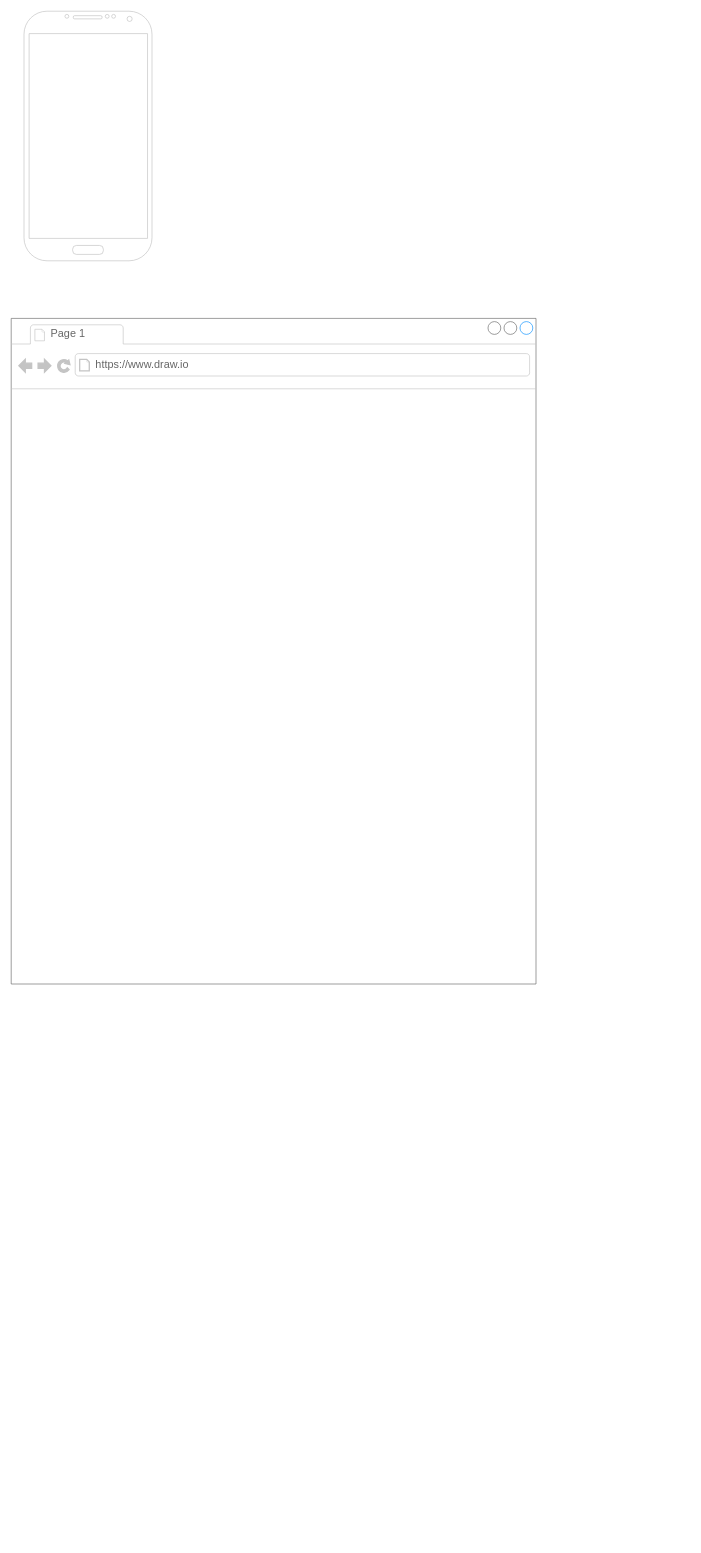
Above: doc/DescubraABmw.drawio in EddCarrilho/BMW (draw.io), before the change. Source tidied: cells renumbered, new cells numbered last; positions are measured from the earlier drawing's top-left corner, leaving out a move shared by most shapes. Both pictures are drawn from the tidied source at 64%, with x=0, y=0 at pixel (11, 11).
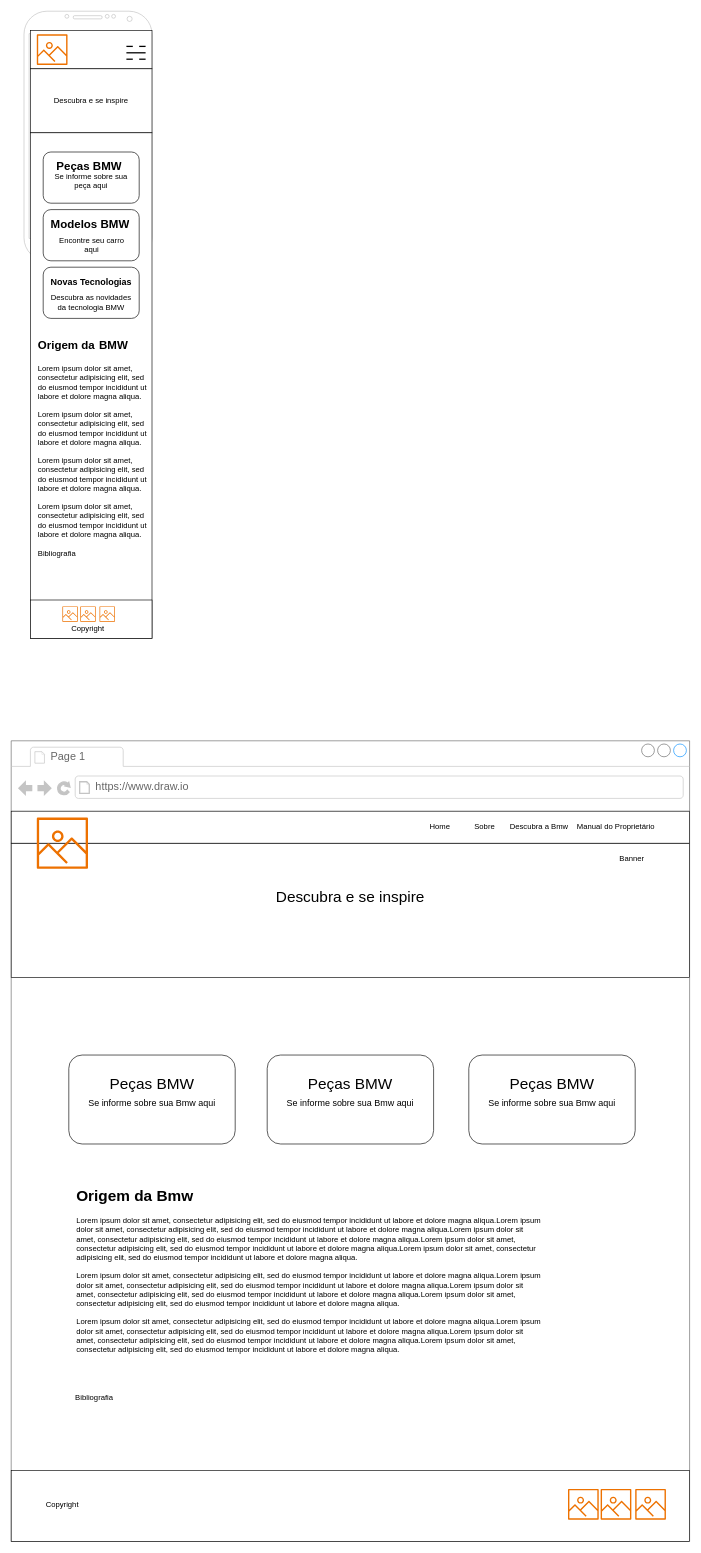
The same diagram, later.

Diff of the diagram source:
```diff
@@
     <mxCell id="3" style="strokeWidth=1;shadow=0;dashed=0;align=center;html=1;shape=mxgraph.mockup.containers.browserWindow;rSize=0;strokeColor=#666666;strokeColor2=#008cff;strokeColor3=#c4c4c4;mainText=,;" parent="1" vertex="1">
-      <mxGeometry y="480" width="820" height="1040" as="geometry" />
+      <mxGeometry y="1140" width="1060" height="1251" as="geometry" />
     </mxCell>
+    <mxCell id="6" style="rounded=0;whiteSpace=wrap;html=1;" parent="3" vertex="1">
+      <mxGeometry y="160" width="1060" height="210" as="geometry" />
+    </mxCell>
@@
+    <mxCell id="7" style="rounded=0;whiteSpace=wrap;html=1;" parent="3" vertex="1">
+      <mxGeometry y="110" width="1060" height="50" as="geometry" />
+    </mxCell>
+    <mxCell id="8" value="Home" style="text;html=1;align=center;verticalAlign=middle;whiteSpace=wrap;rounded=0;" parent="3" vertex="1">
+      <mxGeometry x="640" y="120" width="60" height="30" as="geometry" />
+    </mxCell>
+    <mxCell id="9" value="Sobre" style="text;html=1;align=center;verticalAlign=middle;whiteSpace=wrap;rounded=0;" parent="3" vertex="1">
+      <mxGeometry x="710" y="120" width="60" height="30" as="geometry" />
+    </mxCell>
+    <mxCell id="10" value="Descubra a Bmw" style="text;html=1;align=center;verticalAlign=middle;whiteSpace=wrap;rounded=0;" parent="3" vertex="1">
+      <mxGeometry x="770" y="120" width="110" height="30" as="geometry" />
+    </mxCell>
+    <mxCell id="11" value="Manual do Proprietário" style="text;html=1;align=center;verticalAlign=middle;whiteSpace=wrap;rounded=0;" parent="3" vertex="1">
+      <mxGeometry x="880" y="120" width="130" height="30" as="geometry" />
+    </mxCell>
+    <mxCell id="12" style="sketch=0;fontColor=#232F3E;gradientColor=none;fillColor=#ED7100;strokeColor=none;dashed=0;verticalLabelPosition=bottom;verticalAlign=top;align=center;html=1;fontSize=12;fontStyle=0;shape=mxgraph.aws4.container_registry_image;" parent="3" vertex="1">
+      <mxGeometry x="40" y="120" width="80" height="80" as="geometry" />
+    </mxCell>
+    <mxCell id="13" value="&lt;font style=&quot;font-size: 24px;&quot;&gt;Descubra e se inspire&lt;/font&gt;" style="text;html=1;align=center;verticalAlign=middle;whiteSpace=wrap;rounded=0;" parent="3" vertex="1">
+      <mxGeometry x="375" y="230" width="310" height="30" as="geometry" />
+    </mxCell>
+    <mxCell id="14" value="Banner" style="text;html=1;align=center;verticalAlign=middle;whiteSpace=wrap;rounded=0;" parent="3" vertex="1">
+      <mxGeometry x="940" y="170" width="60" height="30" as="geometry" />
+    </mxCell>
+    <mxCell id="15" style="rounded=1;whiteSpace=wrap;html=1;" parent="3" vertex="1">
+      <mxGeometry x="90" y="491" width="260" height="139" as="geometry" />
+    </mxCell>
+    <mxCell id="16" value="&lt;font style=&quot;font-size: 24px;&quot;&gt;Peças BMW&lt;/font&gt;" style="text;html=1;align=center;verticalAlign=middle;whiteSpace=wrap;rounded=0;" parent="3" vertex="1">
+      <mxGeometry x="110" y="521" width="220" height="30" as="geometry" />
+    </mxCell>
+    <mxCell id="17" value="&lt;font style=&quot;font-size: 14px;&quot;&gt;Se informe sobre sua Bmw aqui&lt;/font&gt;" style="text;html=1;align=center;verticalAlign=middle;whiteSpace=wrap;rounded=0;" parent="3" vertex="1">
+      <mxGeometry x="65" y="551" width="310" height="30" as="geometry" />
+    </mxCell>
+    <mxCell id="18" style="rounded=1;whiteSpace=wrap;html=1;" parent="3" vertex="1">
+      <mxGeometry x="400" y="491" width="260" height="139" as="geometry" />
+    </mxCell>
+    <mxCell id="19" value="&lt;font style=&quot;font-size: 24px;&quot;&gt;Peças BMW&lt;/font&gt;" style="text;html=1;align=center;verticalAlign=middle;whiteSpace=wrap;rounded=0;" parent="3" vertex="1">
+      <mxGeometry x="420" y="521" width="220" height="30" as="geometry" />
+    </mxCell>
+    <mxCell id="20" value="&lt;font style=&quot;font-size: 14px;&quot;&gt;Se informe sobre sua Bmw aqui&lt;/font&gt;" style="text;html=1;align=center;verticalAlign=middle;whiteSpace=wrap;rounded=0;" parent="3" vertex="1">
+      <mxGeometry x="375" y="551" width="310" height="30" as="geometry" />
+    </mxCell>
+    <mxCell id="21" style="rounded=1;whiteSpace=wrap;html=1;" parent="3" vertex="1">
+      <mxGeometry x="715" y="491" width="260" height="139" as="geometry" />
+    </mxCell>
+    <mxCell id="22" value="&lt;font style=&quot;font-size: 24px;&quot;&gt;Peças BMW&lt;/font&gt;" style="text;html=1;align=center;verticalAlign=middle;whiteSpace=wrap;rounded=0;" parent="3" vertex="1">
+      <mxGeometry x="735" y="521" width="220" height="30" as="geometry" />
+    </mxCell>
+    <mxCell id="23" value="&lt;font style=&quot;font-size: 14px;&quot;&gt;Se informe sobre sua Bmw aqui&lt;/font&gt;" style="text;html=1;align=center;verticalAlign=middle;whiteSpace=wrap;rounded=0;" parent="3" vertex="1">
+      <mxGeometry x="690" y="551" width="310" height="30" as="geometry" />
+    </mxCell>
+    <mxCell id="24" value="&lt;h1 style=&quot;margin-top: 0px;&quot;&gt;Origem da Bmw&lt;/h1&gt;&lt;p&gt;Lorem ipsum dolor sit amet, consectetur adipisicing elit, sed do eiusmod tempor incididunt ut labore et dolore magna aliqua.&lt;span style=&quot;background-color: initial;&quot;&gt;Lorem ipsum dolor sit amet, consectetur adipisicing elit, sed do eiusmod tempor incididunt ut labore et dolore magna aliqua.&lt;/span&gt;&lt;span style=&quot;background-color: initial;&quot;&gt;Lorem ipsum dolor sit amet, consectetur adipisicing elit, sed do eiusmod tempor incididunt ut labore et dolore magna aliqua.&lt;/span&gt;&lt;span style=&quot;background-color: initial;&quot;&gt;Lorem ipsum dolor sit amet, consectetur adipisicing elit, sed do eiusmod tempor incididunt ut labore et dolore magna aliqua.&lt;/span&gt;&lt;span style=&quot;background-color: initial;&quot;&gt;Lorem ipsum dolor sit amet, consectetur adipisicing elit, sed do eiusmod tempor incididunt ut labore et dolore magna aliqua.&lt;br&gt;&lt;br&gt;&lt;/span&gt;Lorem ipsum dolor sit amet, consectetur adipisicing elit, sed do eiusmod tempor incididunt ut labore et dolore magna aliqua.&lt;span style=&quot;background-color: initial;&quot;&gt;Lorem ipsum dolor sit amet, consectetur adipisicing elit, sed do eiusmod tempor incididunt ut labore et dolore magna aliqua.&lt;/span&gt;&lt;span style=&quot;background-color: initial;&quot;&gt;Lorem ipsum dolor sit amet, consectetur adipisicing elit, sed do eiusmod tempor incididunt ut labore et dolore magna aliqua.&lt;/span&gt;&lt;span style=&quot;background-color: initial;&quot;&gt;Lorem ipsum dolor sit amet, consectetur adipisicing elit, sed do eiusmod tempor incididunt ut labore et dolore magna aliqua.&lt;br&gt;&lt;/span&gt;&lt;span style=&quot;background-color: initial;&quot;&gt;&lt;br&gt;&lt;/span&gt;Lorem ipsum dolor sit amet, consectetur adipisicing elit, sed do eiusmod tempor incididunt ut labore et dolore magna aliqua.&lt;span style=&quot;background-color: initial;&quot;&gt;Lorem ipsum dolor sit amet, consectetur adipisicing elit, sed do eiusmod tempor incididunt ut labore et dolore magna aliqua.&lt;/span&gt;&lt;span style=&quot;background-color: initial;&quot;&gt;Lorem ipsum dolor sit amet, consectetur adipisicing elit, sed do eiusmod tempor incididunt ut labore et dolore magna aliqua.&lt;/span&gt;&lt;span style=&quot;background-color: initial;&quot;&gt;Lorem ipsum dolor sit amet, consectetur adipisicing elit, sed do eiusmod tempor incididunt ut labore et dolore magna aliqua.&lt;/span&gt;&lt;span style=&quot;background-color: initial;&quot;&gt;&lt;br&gt;&lt;/span&gt;&lt;/p&gt;" style="text;html=1;whiteSpace=wrap;overflow=hidden;rounded=0;" parent="3" vertex="1">
+      <mxGeometry x="100" y="691" width="730" height="309" as="geometry" />
+    </mxCell>
+    <mxCell id="25" value="Bibliografia" style="text;html=1;align=center;verticalAlign=middle;whiteSpace=wrap;rounded=0;" parent="3" vertex="1">
+      <mxGeometry x="100" y="1011" width="60" height="30" as="geometry" />
+    </mxCell>
+    <mxCell id="26" style="rounded=0;whiteSpace=wrap;html=1;" parent="3" vertex="1">
+      <mxGeometry y="1140" width="1060" height="111" as="geometry" />
+    </mxCell>
+    <mxCell id="27" style="sketch=0;fontColor=#232F3E;gradientColor=none;fillColor=#ED7100;strokeColor=none;dashed=0;verticalLabelPosition=bottom;verticalAlign=top;align=center;html=1;fontSize=12;fontStyle=0;shape=mxgraph.aws4.container_registry_image;" parent="3" vertex="1">
+      <mxGeometry x="975" y="1169" width="48" height="48" as="geometry" />
+    </mxCell>
+    <mxCell id="28" style="sketch=0;fontColor=#232F3E;gradientColor=none;fillColor=#ED7100;strokeColor=none;dashed=0;verticalLabelPosition=bottom;verticalAlign=top;align=center;html=1;fontSize=12;fontStyle=0;shape=mxgraph.aws4.container_registry_image;" parent="3" vertex="1">
+      <mxGeometry x="921" y="1169" width="48" height="48" as="geometry" />
+    </mxCell>
+    <mxCell id="29" style="sketch=0;fontColor=#232F3E;gradientColor=none;fillColor=#ED7100;strokeColor=none;dashed=0;verticalLabelPosition=bottom;verticalAlign=top;align=center;html=1;fontSize=12;fontStyle=0;shape=mxgraph.aws4.container_registry_image;" parent="3" vertex="1">
+      <mxGeometry x="870" y="1169" width="48" height="48" as="geometry" />
+    </mxCell>
+    <mxCell id="30" value="Copyright" style="text;html=1;align=center;verticalAlign=middle;whiteSpace=wrap;rounded=0;" parent="3" vertex="1">
+      <mxGeometry x="50" y="1178" width="60" height="30" as="geometry" />
+    </mxCell>
+    <mxCell id="31" style="rounded=0;whiteSpace=wrap;html=1;" parent="1" vertex="1">
+      <mxGeometry x="30" y="30" width="190" height="60" as="geometry" />
+    </mxCell>
+    <mxCell id="32" style="sketch=0;fontColor=#232F3E;gradientColor=none;fillColor=#ED7100;strokeColor=none;dashed=0;verticalLabelPosition=bottom;verticalAlign=top;align=center;html=1;fontSize=12;fontStyle=0;shape=mxgraph.aws4.container_registry_image;" parent="1" vertex="1">
+      <mxGeometry x="40" y="36" width="48" height="48" as="geometry" />
+    </mxCell>
+    <mxCell id="33" style="line;strokeWidth=2;html=1;" parent="1" vertex="1">
+      <mxGeometry x="180" y="50" width="10" height="10" as="geometry" />
+    </mxCell>
+    <mxCell id="34" style="line;strokeWidth=2;html=1;" parent="1" vertex="1">
+      <mxGeometry x="200" y="50" width="10" height="10" as="geometry" />
+    </mxCell>
+    <mxCell id="35" style="line;strokeWidth=2;html=1;" parent="1" vertex="1">
+      <mxGeometry x="180" y="60" width="30" height="10" as="geometry" />
+    </mxCell>
+    <mxCell id="36" style="line;strokeWidth=2;html=1;" parent="1" vertex="1">
+      <mxGeometry x="180" y="70" width="10" height="10" as="geometry" />
+    </mxCell>
+    <mxCell id="37" style="line;strokeWidth=2;html=1;" parent="1" vertex="1">
+      <mxGeometry x="200" y="70" width="10" height="10" as="geometry" />
+    </mxCell>
+    <mxCell id="38" value="Descubra e se inspire" style="rounded=0;whiteSpace=wrap;html=1;" parent="1" vertex="1">
+      <mxGeometry x="30" y="90" width="190" height="100" as="geometry" />
+    </mxCell>
+    <mxCell id="39" style="rounded=0;whiteSpace=wrap;html=1;" parent="1" vertex="1">
+      <mxGeometry x="30" y="190" width="190" height="790" as="geometry" />
+    </mxCell>
+    <mxCell id="40" style="rounded=1;whiteSpace=wrap;html=1;" parent="1" vertex="1">
+      <mxGeometry x="50" y="220" width="150" height="80" as="geometry" />
+    </mxCell>
+    <mxCell id="41" value="&lt;h1 style=&quot;margin-top: 0px;&quot;&gt;&lt;font style=&quot;font-size: 18px;&quot;&gt;Peças BMW&lt;/font&gt;&lt;/h1&gt;" style="text;html=1;whiteSpace=wrap;overflow=hidden;rounded=0;" parent="1" vertex="1">
+      <mxGeometry x="69" y="220" width="112" height="40" as="geometry" />
+    </mxCell>
+    <mxCell id="42" value="Se informe sobre sua peça aqui" style="text;html=1;align=center;verticalAlign=middle;whiteSpace=wrap;rounded=0;" parent="1" vertex="1">
+      <mxGeometry x="65" y="250" width="120" height="30" as="geometry" />
+    </mxCell>
+    <mxCell id="43" style="rounded=1;whiteSpace=wrap;html=1;" parent="1" vertex="1">
+      <mxGeometry x="50" y="310" width="150" height="80" as="geometry" />
+    </mxCell>
+    <mxCell id="44" value="&lt;h1 style=&quot;margin-top: 0px;&quot;&gt;&lt;font style=&quot;font-size: 18px;&quot;&gt;Modelos BMW&lt;/font&gt;&lt;/h1&gt;" style="text;html=1;whiteSpace=wrap;overflow=hidden;rounded=0;" parent="1" vertex="1">
+      <mxGeometry x="60" y="310" width="131" height="40" as="geometry" />
+    </mxCell>
+    <mxCell id="45" value="Encontre seu carro aqui" style="text;html=1;align=center;verticalAlign=middle;whiteSpace=wrap;rounded=0;" parent="1" vertex="1">
+      <mxGeometry x="65.5" y="350" width="120" height="30" as="geometry" />
+    </mxCell>
+    <mxCell id="46" style="rounded=1;whiteSpace=wrap;html=1;" parent="1" vertex="1">
+      <mxGeometry x="50" y="400" width="150" height="80" as="geometry" />
+    </mxCell>
+    <mxCell id="47" value="&lt;h1 style=&quot;margin-top: 0px;&quot;&gt;&lt;font style=&quot;font-size: 14px;&quot;&gt;Novas Tecnologias&lt;/font&gt;&lt;/h1&gt;" style="text;html=1;whiteSpace=wrap;overflow=hidden;rounded=0;" parent="1" vertex="1">
+      <mxGeometry x="60" y="400" width="180" height="60" as="geometry" />
+    </mxCell>
+    <mxCell id="48" value="Descubra as novidades da tecnologia BMW" style="text;html=1;align=center;verticalAlign=middle;whiteSpace=wrap;rounded=0;" parent="1" vertex="1">
+      <mxGeometry x="60" y="440" width="130" height="30" as="geometry" />
+    </mxCell>
+    <mxCell id="49" value="&lt;h1 style=&quot;margin-top: 0px;&quot;&gt;&lt;font style=&quot;font-size: 18px;&quot;&gt;Origem da&lt;/font&gt; &lt;font style=&quot;font-size: 18px;&quot;&gt;BMW&lt;/font&gt;&lt;/h1&gt;&lt;p&gt;Lorem ipsum dolor sit amet, consectetur adipisicing elit, sed do eiusmod tempor incididunt ut labore et dolore magna aliqua.&lt;br&gt;&lt;br&gt;Lorem ipsum dolor sit amet, consectetur adipisicing elit, sed do eiusmod tempor incididunt ut labore et dolore magna aliqua.&lt;br&gt;&lt;br&gt;Lorem ipsum dolor sit amet, consectetur adipisicing elit, sed do eiusmod tempor incididunt ut labore et dolore magna aliqua.&lt;br&gt;&lt;br&gt;Lorem ipsum dolor sit amet, consectetur adipisicing elit, sed do eiusmod tempor incididunt ut labore et dolore magna aliqua.&lt;br&gt;&lt;br&gt;Bibliografia&lt;/p&gt;" style="text;html=1;whiteSpace=wrap;overflow=hidden;rounded=0;" parent="1" vertex="1">
+      <mxGeometry x="40" y="500" width="180" height="390" as="geometry" />
+    </mxCell>
+    <mxCell id="50" style="rounded=0;whiteSpace=wrap;html=1;" parent="1" vertex="1">
+      <mxGeometry x="30" y="920" width="190" height="60" as="geometry" />
+    </mxCell>
+    <mxCell id="51" style="sketch=0;fontColor=#232F3E;gradientColor=none;fillColor=#ED7100;strokeColor=none;dashed=0;verticalLabelPosition=bottom;verticalAlign=top;align=center;html=1;fontSize=12;fontStyle=0;shape=mxgraph.aws4.container_registry_image;" parent="1" vertex="1">
+      <mxGeometry x="80" y="930" width="24" height="24" as="geometry" />
+    </mxCell>
+    <mxCell id="52" style="sketch=0;fontColor=#232F3E;gradientColor=none;fillColor=#ED7100;strokeColor=none;dashed=0;verticalLabelPosition=bottom;verticalAlign=top;align=center;html=1;fontSize=12;fontStyle=0;shape=mxgraph.aws4.container_registry_image;" parent="1" vertex="1">
+      <mxGeometry x="108" y="930" width="24" height="24" as="geometry" />
+    </mxCell>
+    <mxCell id="53" style="sketch=0;fontColor=#232F3E;gradientColor=none;fillColor=#ED7100;strokeColor=none;dashed=0;verticalLabelPosition=bottom;verticalAlign=top;align=center;html=1;fontSize=12;fontStyle=0;shape=mxgraph.aws4.container_registry_image;" parent="1" vertex="1">
+      <mxGeometry x="138" y="930" width="24" height="24" as="geometry" />
+    </mxCell>
+    <mxCell id="54" value="Copyright" style="text;html=1;align=center;verticalAlign=middle;whiteSpace=wrap;rounded=0;" parent="1" vertex="1">
+      <mxGeometry x="90" y="950" width="60" height="30" as="geometry" />
+    </mxCell>
```
